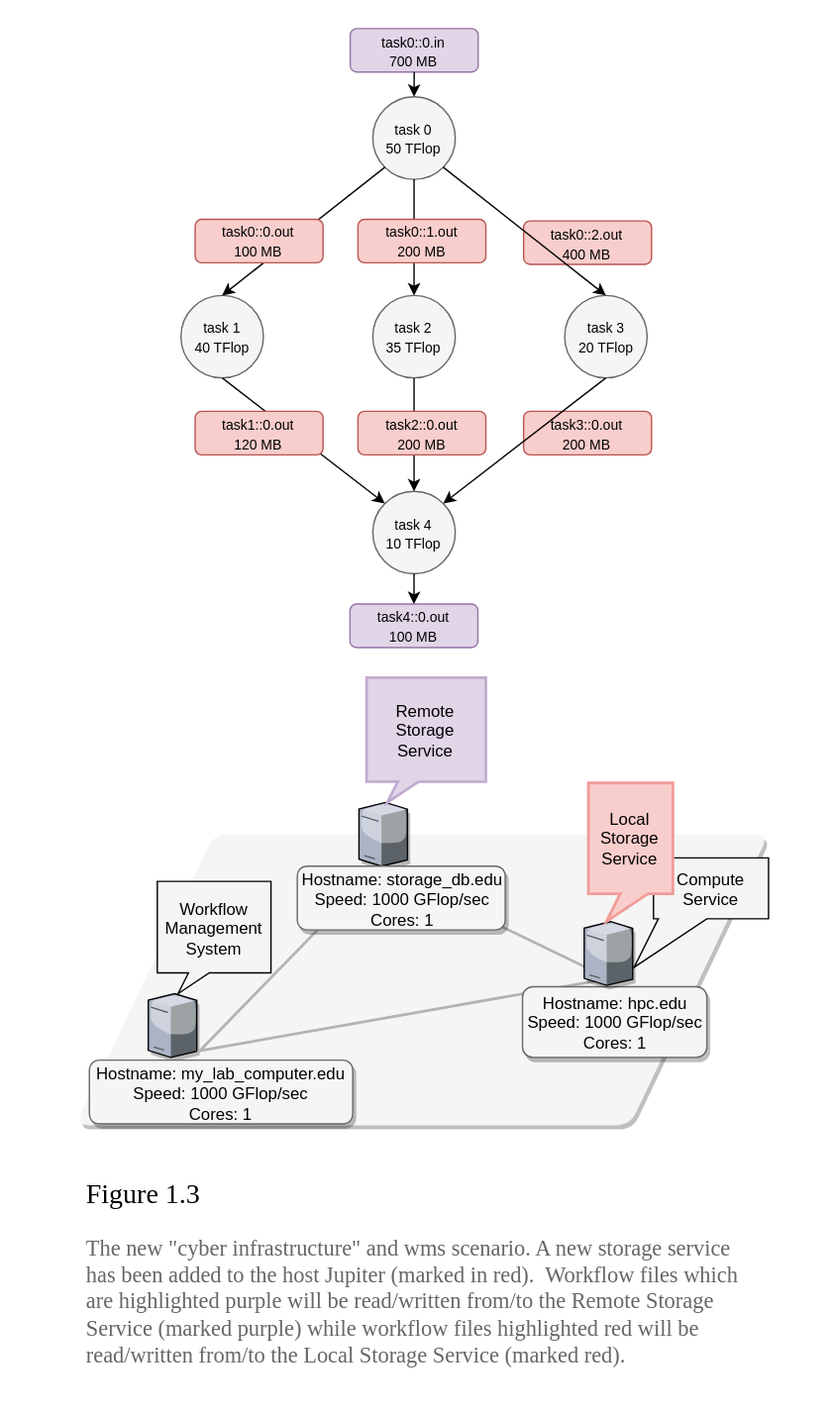
Above: docs/public/img/workflow_execution_data_locality/scenario_2.svg in wrench-project/wrench-pedagogic-modules (draw.io), before the change. Source tidied: cells renumbered, new cells last; positions are measured from the earlier drawing's top-left corner, leaving out a move shared by most shapes.
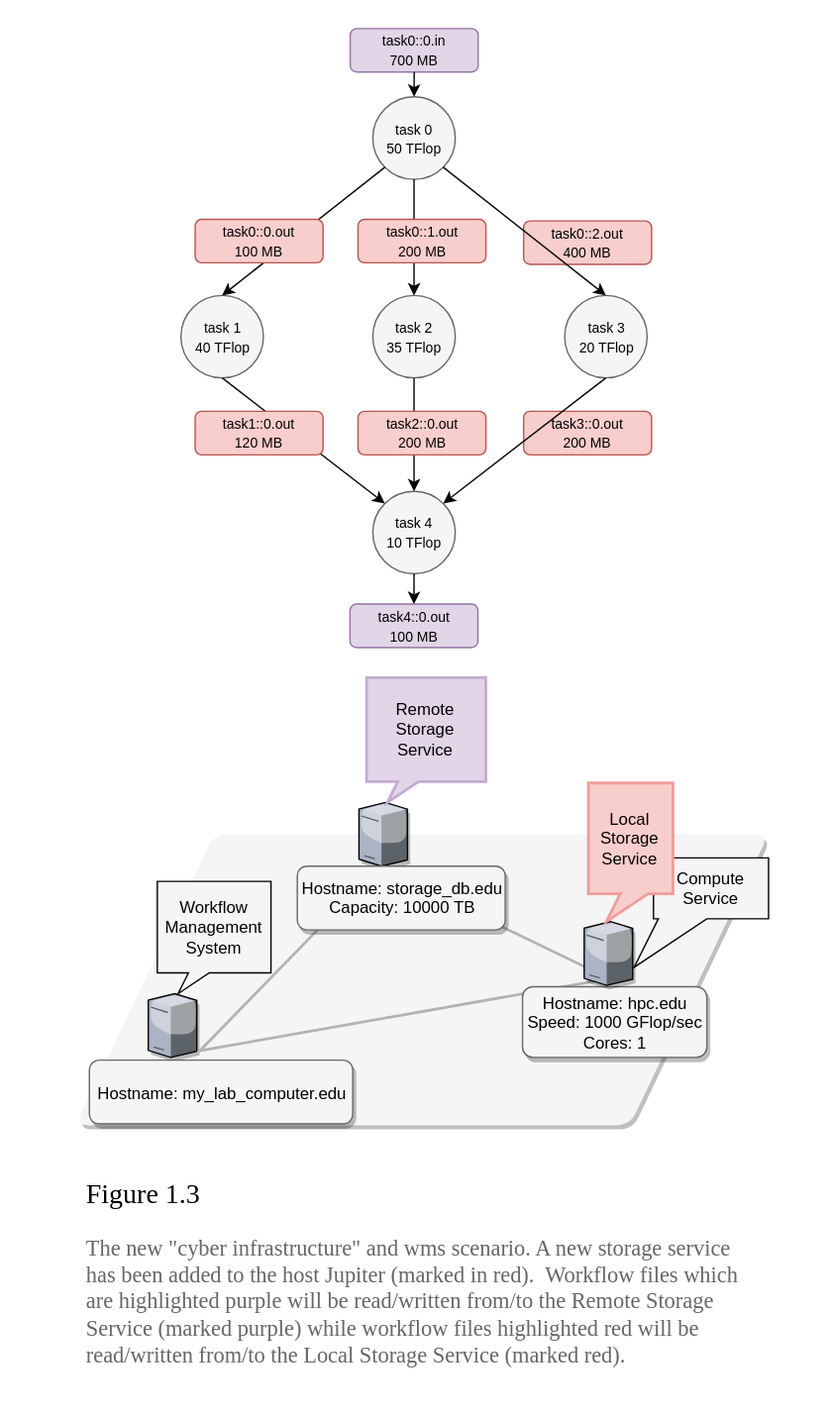
Above is the later version.

Change to the diagram source:
```diff
@@ -95,10 +95,10 @@
     <mxCell id="32" value="&lt;div style=&quot;text-align: left&quot;&gt;&lt;br&gt;&lt;/div&gt;" style="verticalLabelPosition=bottom;html=1;verticalAlign=top;strokeColor=none;align=center;shape=mxgraph.citrix.tower_server;shadow=1;" parent="1" vertex="1">
       <mxGeometry x="258.5" y="578.5" width="35" height="46" as="geometry" />
     </mxCell>
-    <mxCell id="33" value="&lt;div&gt;&lt;span&gt;Hostname: my_lab_computer.edu&lt;/span&gt;&lt;/div&gt;&lt;div&gt;&lt;span&gt;Speed: 1000 GFlop/sec&lt;/span&gt;&lt;/div&gt;&lt;div&gt;&lt;span&gt;Cores: 1&lt;/span&gt;&lt;/div&gt;" style="rounded=1;whiteSpace=wrap;html=1;fillColor=#f5f5f5;strokeColor=#666666;shadow=1;" parent="1" vertex="1">
+    <mxCell id="33" value="&lt;div&gt;&lt;span&gt;Hostname: my_lab_computer.edu&lt;/span&gt;&lt;/div&gt;" style="rounded=1;whiteSpace=wrap;html=1;fillColor=#f5f5f5;strokeColor=#666666;shadow=1;" parent="1" vertex="1">
       <mxGeometry x="64" y="764.5" width="190" height="46" as="geometry" />
     </mxCell>
-    <mxCell id="34" value="&lt;div&gt;&lt;span&gt;Hostname: storage_db.edu&lt;/span&gt;&lt;/div&gt;&lt;div&gt;&lt;span&gt;Speed: 1000 GFlop/sec&lt;/span&gt;&lt;/div&gt;&lt;div&gt;&lt;span&gt;Cores: 1&lt;/span&gt;&lt;/div&gt;" style="rounded=1;whiteSpace=wrap;html=1;fillColor=#f5f5f5;strokeColor=#666666;shadow=1;" parent="1" vertex="1">
+    <mxCell id="34" value="&lt;div&gt;&lt;span&gt;Hostname: storage_db.edu&lt;/span&gt;&lt;/div&gt;Capacity: 10000 TB" style="rounded=1;whiteSpace=wrap;html=1;fillColor=#f5f5f5;strokeColor=#666666;shadow=1;" parent="1" vertex="1">
       <mxGeometry x="214" y="624.5" width="150" height="46" as="geometry" />
     </mxCell>
     <mxCell id="35" value="&lt;div&gt;&lt;span&gt;Hostname: hpc.edu&lt;/span&gt;&lt;/div&gt;&lt;div&gt;&lt;span&gt;Speed: 1000 GFlop/sec&lt;/span&gt;&lt;/div&gt;&lt;div&gt;&lt;span&gt;Cores: 1&lt;/span&gt;&lt;/div&gt;" style="rounded=1;whiteSpace=wrap;html=1;fillColor=#f5f5f5;strokeColor=#666666;shadow=1;" parent="1" vertex="1">
```
